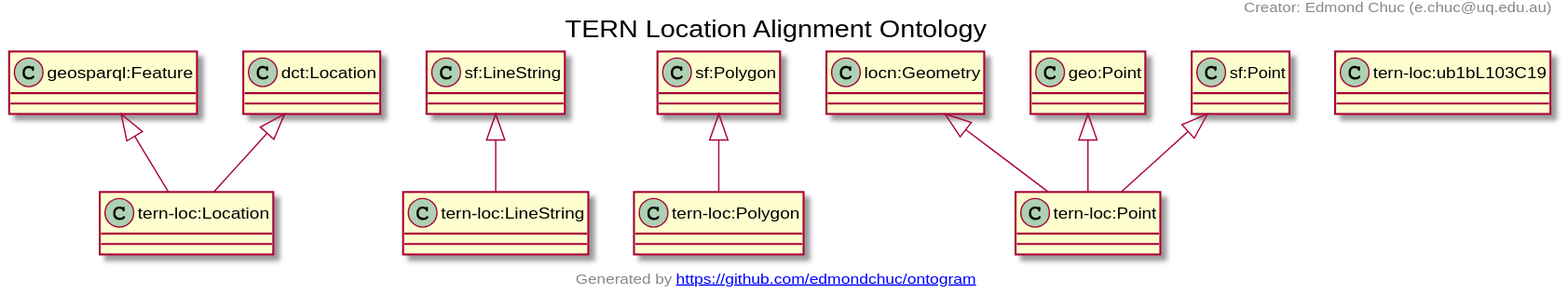
This is docs/tern-loc.ttl.txt.svg from ternaustralia/ontology_tern-loc, a PlantUML export, as it was before one commit.
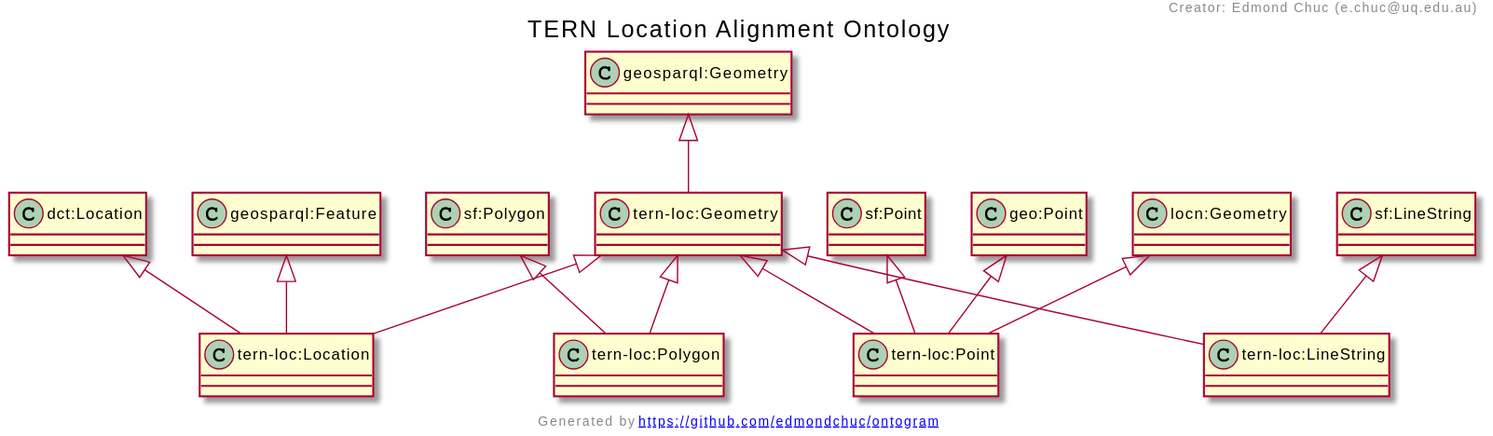
After the commit.

Commit message:
Add tern-loc:pointType

Diff of the diagram source:
```diff
@@ -1,21 +1,26 @@
 @startuml
 title TERN Location Alignment Ontology
+"dct:Location" <|-- "tern-loc:Location"
+"tern-loc:Geometry" <|-- "tern-loc:Location"
 "geosparql:Feature" <|-- "tern-loc:Location"
-"dct:Location" <|-- "tern-loc:Location"
+"sf:Polygon" <|-- "tern-loc:Polygon"
+"tern-loc:Geometry" <|-- "tern-loc:Polygon"
+"tern-loc:Geometry" <|-- "tern-loc:Point"
+"sf:Point" <|-- "tern-loc:Point"
+"geo:Point" <|-- "tern-loc:Point"
+"locn:Geometry" <|-- "tern-loc:Point"
 "sf:LineString" <|-- "tern-loc:LineString"
-"sf:Polygon" <|-- "tern-loc:Polygon"
-"locn:Geometry" <|-- "tern-loc:Point"
-"geo:Point" <|-- "tern-loc:Point"
-"sf:Point" <|-- "tern-loc:Point"
+"tern-loc:Geometry" <|-- "tern-loc:LineString"
+"geosparql:Geometry" <|-- "tern-loc:Geometry"
 Class "tern-loc:Location" [[https://w3id.org/tern/ontologies/loc/Location]] {
-}
-Class "tern-loc:LineString" [[https://w3id.org/tern/ontologies/loc/LineString]] {
 }
 Class "tern-loc:Polygon" [[https://w3id.org/tern/ontologies/loc/Polygon]] {
 }
 Class "tern-loc:Point" [[https://w3id.org/tern/ontologies/loc/Point]] {
 }
-Class "tern-loc:ub1bL103C19" [[ub1bL103C19]] {
+Class "tern-loc:LineString" [[https://w3id.org/tern/ontologies/loc/LineString]] {
+}
+Class "tern-loc:Geometry" [[https://w3id.org/tern/ontologies/loc/Geometry]] {
 }
 header
 Creator: Edmond Chuc (e.chuc@uq.edu.au)
```
